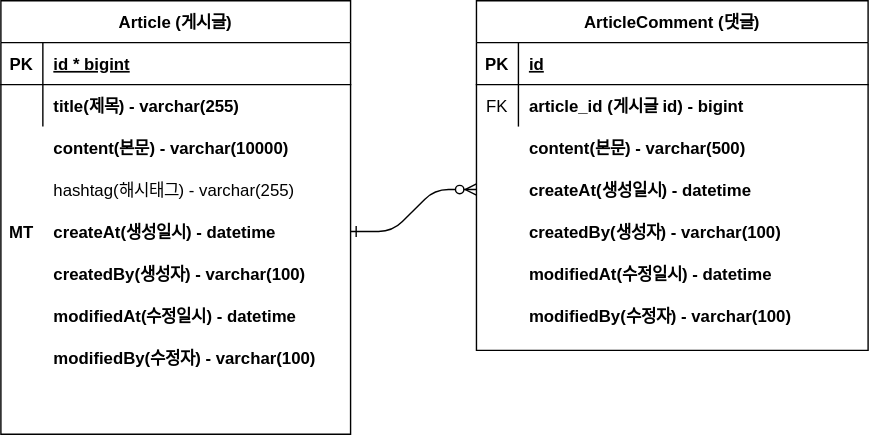
Before: document/project-diamode.svg, a diagram exported from draw.io (decemberiscoming/onboard). Source tidied: cells renumbered, new cells last; positions are measured from the earlier drawing's top-left corner, leaving out a move shared by most shapes.
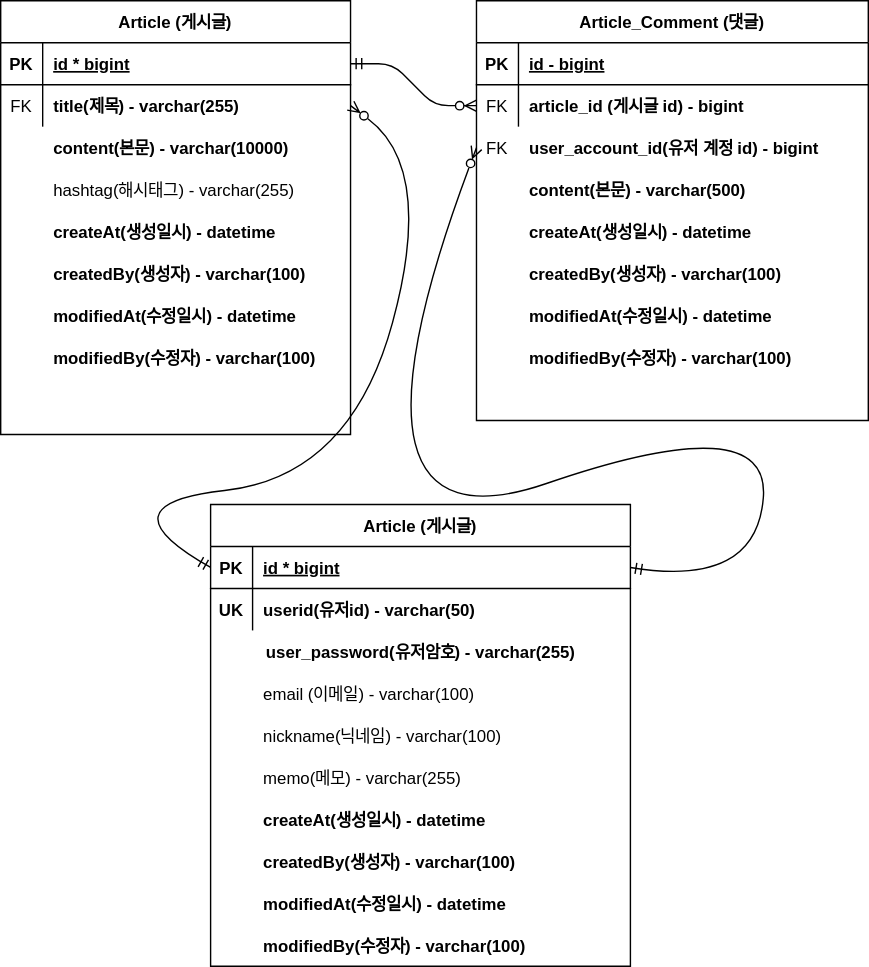
The same file after the commit.

The edit, as a diff of the source:
```diff
@@ -2,7 +2,7 @@
   <root>
     <mxCell id="0" />
     <mxCell id="1" parent="0" />
-    <mxCell id="2" style="edgeStyle=entityRelationEdgeStyle;endArrow=ERzeroToMany;startArrow=ERone;endFill=1;startFill=0;exitX=1;exitY=0.5;exitDx=0;exitDy=0;entryX=0;entryY=0.5;entryDx=0;entryDy=0;" parent="1" edge="1" source="16" target="39">
+    <mxCell id="2" style="edgeStyle=entityRelationEdgeStyle;endArrow=ERzeroToMany;startArrow=ERmandOne;endFill=1;startFill=0;exitX=1;exitY=0.5;exitDx=0;exitDy=0;entryX=0;entryY=0.5;entryDx=0;entryDy=0;" parent="1" edge="1" source="4" target="33">
       <mxGeometry relative="1" as="geometry">
         <Array as="points">
           <mxPoint x="280" y="140" />
@@ -84,11 +84,8 @@
     <mxCell id="27" value="modifiedBy(수정자) - varchar(100)" style="shape=partialRectangle;overflow=hidden;fillColor=none;top=0;left=0;bottom=0;right=0;align=left;spacingLeft=6;fontStyle=1;" parent="25" vertex="1">
       <mxGeometry x="30" width="220" height="30" as="geometry" />
     </mxCell>
-    <mxCell id="28" value="MT" style="shape=partialRectangle;overflow=hidden;fillColor=none;top=0;left=0;bottom=0;right=0;fontStyle=1;" parent="1" vertex="1">
-      <mxGeometry y="150" width="30" height="30" as="geometry" />
-    </mxCell>
-    <mxCell id="29" value="ArticleComment (댓글)" style="shape=table;startSize=30;rowLines=0;fontStyle=1;align=center;" parent="1" vertex="1">
-      <mxGeometry x="340" width="280" height="250" as="geometry" />
+    <mxCell id="29" value="Article_Comment (댓글)" style="shape=table;startSize=30;rowLines=0;fontStyle=1;align=center;" parent="1" vertex="1">
+      <mxGeometry x="340" width="280" height="300" as="geometry" />
     </mxCell>
     <mxCell id="30" style="shape=partialRectangle;fillColor=none;top=0;left=0;right=0;bottom=1;" parent="29" vertex="1">
       <mxGeometry y="30" width="280" height="30" as="geometry" />
@@ -96,7 +93,7 @@
     <mxCell id="31" value="PK" style="shape=partialRectangle;overflow=hidden;fillColor=none;top=0;left=0;bottom=0;right=0;fontStyle=1;" parent="30" vertex="1">
       <mxGeometry width="30" height="30" as="geometry" />
     </mxCell>
-    <mxCell id="32" value="id" style="shape=partialRectangle;overflow=hidden;fillColor=none;top=0;left=0;bottom=0;right=0;align=left;spacingLeft=6;fontStyle=5;" parent="30" vertex="1">
+    <mxCell id="32" value="id - bigint" style="shape=partialRectangle;overflow=hidden;fillColor=none;top=0;left=0;bottom=0;right=0;align=left;spacingLeft=6;fontStyle=5;" parent="30" vertex="1">
       <mxGeometry x="30" width="250" height="30" as="geometry" />
     </mxCell>
     <mxCell id="33" style="shape=partialRectangle;fillColor=none;points=[[0,0.5],[1,0.5]];portConstraint=eastwest;top=0;left=0;right=0;bottom=0;" parent="29" vertex="1">
@@ -109,7 +106,7 @@
       <mxGeometry x="30" width="250" height="30" as="geometry" />
     </mxCell>
     <mxCell id="36" style="shape=partialRectangle;fillColor=none;top=0;left=0;right=0;bottom=0;" parent="1" vertex="1">
-      <mxGeometry x="340" y="90" width="250" height="30" as="geometry" />
+      <mxGeometry x="340" y="120" width="250" height="30" as="geometry" />
     </mxCell>
     <mxCell id="37" style="shape=partialRectangle;overflow=hidden;fillColor=none;top=0;left=0;bottom=0;right=0;" parent="36" vertex="1">
       <mxGeometry width="30" height="30" as="geometry" />
@@ -118,7 +115,7 @@
       <mxGeometry x="30" width="220" height="30" as="geometry" />
     </mxCell>
     <mxCell id="39" style="shape=partialRectangle;fillColor=none;points=[[0,0.5],[1,0.5]];portConstraint=eastwest;top=0;left=0;right=0;bottom=0;fontStyle=1;" parent="1" vertex="1">
-      <mxGeometry x="340" y="120" width="250" height="30" as="geometry" />
+      <mxGeometry x="340" y="150" width="250" height="30" as="geometry" />
     </mxCell>
     <mxCell id="40" style="shape=partialRectangle;overflow=hidden;fillColor=none;top=0;left=0;bottom=0;right=0;" parent="39" vertex="1">
       <mxGeometry width="30" height="30" as="geometry" />
@@ -127,7 +124,7 @@
       <mxGeometry x="30" width="220" height="30" as="geometry" />
     </mxCell>
     <mxCell id="42" style="shape=partialRectangle;fillColor=none;top=0;left=0;right=0;bottom=0;fontStyle=1;" parent="1" vertex="1">
-      <mxGeometry x="340" y="150" width="250" height="30" as="geometry" />
+      <mxGeometry x="340" y="180" width="250" height="30" as="geometry" />
     </mxCell>
     <mxCell id="43" style="shape=partialRectangle;overflow=hidden;fillColor=none;top=0;left=0;bottom=0;right=0;" parent="42" vertex="1">
       <mxGeometry width="30" height="30" as="geometry" />
@@ -136,7 +133,7 @@
       <mxGeometry x="30" width="220" height="30" as="geometry" />
     </mxCell>
     <mxCell id="45" style="shape=partialRectangle;fillColor=none;top=0;left=0;right=0;bottom=0;fontStyle=1;" parent="1" vertex="1">
-      <mxGeometry x="340" y="180" width="250" height="30" as="geometry" />
+      <mxGeometry x="340" y="210" width="250" height="30" as="geometry" />
     </mxCell>
     <mxCell id="46" style="shape=partialRectangle;overflow=hidden;fillColor=none;top=0;left=0;bottom=0;right=0;" parent="45" vertex="1">
       <mxGeometry width="30" height="30" as="geometry" />
@@ -145,7 +142,7 @@
       <mxGeometry x="30" width="220" height="30" as="geometry" />
     </mxCell>
     <mxCell id="48" style="shape=partialRectangle;fillColor=none;top=0;left=0;right=0;bottom=0;fontStyle=1;" parent="1" vertex="1">
-      <mxGeometry x="340" y="210" width="250" height="30" as="geometry" />
+      <mxGeometry x="340" y="240" width="250" height="30" as="geometry" />
     </mxCell>
     <mxCell id="49" style="shape=partialRectangle;overflow=hidden;fillColor=none;top=0;left=0;bottom=0;right=0;" parent="48" vertex="1">
       <mxGeometry width="30" height="30" as="geometry" />
@@ -153,5 +150,131 @@
     <mxCell id="50" value="modifiedBy(수정자) - varchar(100)" style="shape=partialRectangle;overflow=hidden;fillColor=none;top=0;left=0;bottom=0;right=0;align=left;spacingLeft=6;fontStyle=1;" parent="48" vertex="1">
       <mxGeometry x="30" width="220" height="30" as="geometry" />
     </mxCell>
+    <mxCell id="51" value="Article (게시글)" style="shape=table;startSize=30;rowLines=0;fontStyle=1;align=center;" parent="1" vertex="1">
+      <mxGeometry x="150" y="360" width="300" height="330" as="geometry" />
+    </mxCell>
+    <mxCell id="52" style="shape=partialRectangle;fillColor=none;points=[[0,0.5],[1,0.5]];portConstraint=eastwest;top=0;left=0;right=0;bottom=1;" parent="51" vertex="1">
+      <mxGeometry y="30" width="300" height="30" as="geometry" />
+    </mxCell>
+    <mxCell id="53" value="PK" style="shape=partialRectangle;overflow=hidden;fillColor=none;top=0;left=0;bottom=0;right=0;fontStyle=1;" parent="52" vertex="1">
+      <mxGeometry width="30" height="30" as="geometry" />
+    </mxCell>
+    <mxCell id="54" value="id * bigint" style="shape=partialRectangle;overflow=hidden;fillColor=none;top=0;left=0;bottom=0;right=0;align=left;spacingLeft=6;fontStyle=5;" parent="52" vertex="1">
+      <mxGeometry x="30" width="270" height="30" as="geometry" />
+    </mxCell>
+    <mxCell id="55" style="shape=partialRectangle;fillColor=none;top=0;left=0;right=0;bottom=0;" parent="51" vertex="1">
+      <mxGeometry y="60" width="300" height="30" as="geometry" />
+    </mxCell>
+    <mxCell id="56" style="shape=partialRectangle;overflow=hidden;fillColor=none;top=0;left=0;bottom=0;right=0;" parent="55" vertex="1">
+      <mxGeometry width="30" height="30" as="geometry" />
+    </mxCell>
+    <mxCell id="57" value="userid(유저id) - varchar(50)" style="shape=partialRectangle;overflow=hidden;fillColor=none;top=0;left=0;bottom=0;right=0;align=left;spacingLeft=6;fontStyle=1;" parent="55" vertex="1">
+      <mxGeometry x="30" width="270" height="30" as="geometry" />
+    </mxCell>
+    <mxCell id="58" style="shape=partialRectangle;fillColor=none;top=0;left=0;right=0;bottom=0;fontStyle=1;" parent="1" vertex="1">
+      <mxGeometry x="150" y="450" width="280" height="30" as="geometry" />
+    </mxCell>
+    <mxCell id="59" style="shape=partialRectangle;overflow=hidden;fillColor=none;top=0;left=0;bottom=0;right=0;" parent="58" vertex="1">
+      <mxGeometry width="33.6" height="30" as="geometry" />
+    </mxCell>
+    <mxCell id="60" value="user_password(유저암호) - varchar(255)" style="shape=partialRectangle;overflow=hidden;fillColor=none;top=0;left=0;bottom=0;right=0;align=left;spacingLeft=6;fontStyle=1;" parent="58" vertex="1">
+      <mxGeometry x="32" width="246.4" height="30" as="geometry" />
+    </mxCell>
+    <mxCell id="61" style="shape=partialRectangle;fillColor=none;top=0;left=0;right=0;bottom=0;" parent="1" vertex="1">
+      <mxGeometry x="150" y="480" width="250" height="30" as="geometry" />
+    </mxCell>
+    <mxCell id="62" style="shape=partialRectangle;overflow=hidden;fillColor=none;top=0;left=0;bottom=0;right=0;" parent="61" vertex="1">
+      <mxGeometry width="30" height="30" as="geometry" />
+    </mxCell>
+    <mxCell id="63" value="email (이메일) - varchar(100)" style="shape=partialRectangle;overflow=hidden;fillColor=none;top=0;left=0;bottom=0;right=0;align=left;spacingLeft=6;" parent="61" vertex="1">
+      <mxGeometry x="30" width="220" height="30" as="geometry" />
+    </mxCell>
+    <mxCell id="64" style="shape=partialRectangle;fillColor=none;top=0;left=0;right=0;bottom=0;fontStyle=1;" parent="1" vertex="1">
+      <mxGeometry x="150" y="570" width="250" height="30" as="geometry" />
+    </mxCell>
+    <mxCell id="65" style="shape=partialRectangle;overflow=hidden;fillColor=none;top=0;left=0;bottom=0;right=0;" parent="64" vertex="1">
+      <mxGeometry width="30" height="30" as="geometry" />
+    </mxCell>
+    <mxCell id="66" value="createAt(생성일시) - datetime" style="shape=partialRectangle;overflow=hidden;fillColor=none;top=0;left=0;bottom=0;right=0;align=left;spacingLeft=6;fontStyle=1;" parent="64" vertex="1">
+      <mxGeometry x="30" width="220" height="30" as="geometry" />
+    </mxCell>
+    <mxCell id="67" style="shape=partialRectangle;fillColor=none;top=0;left=0;right=0;bottom=0;fontStyle=1;" parent="1" vertex="1">
+      <mxGeometry x="150" y="600" width="250" height="30" as="geometry" />
+    </mxCell>
+    <mxCell id="68" style="shape=partialRectangle;overflow=hidden;fillColor=none;top=0;left=0;bottom=0;right=0;" parent="67" vertex="1">
+      <mxGeometry width="30" height="30" as="geometry" />
+    </mxCell>
+    <mxCell id="69" value="createdBy(생성자) - varchar(100)" style="shape=partialRectangle;overflow=hidden;fillColor=none;top=0;left=0;bottom=0;right=0;align=left;spacingLeft=6;fontStyle=1;" parent="67" vertex="1">
+      <mxGeometry x="30" width="220" height="30" as="geometry" />
+    </mxCell>
+    <mxCell id="70" style="shape=partialRectangle;fillColor=none;top=0;left=0;right=0;bottom=0;fontStyle=1;" parent="1" vertex="1">
+      <mxGeometry x="150" y="630" width="250" height="30" as="geometry" />
+    </mxCell>
+    <mxCell id="71" style="shape=partialRectangle;overflow=hidden;fillColor=none;top=0;left=0;bottom=0;right=0;" parent="70" vertex="1">
+      <mxGeometry width="30" height="30" as="geometry" />
+    </mxCell>
+    <mxCell id="72" value="modifiedAt(수정일시) - datetime" style="shape=partialRectangle;overflow=hidden;fillColor=none;top=0;left=0;bottom=0;right=0;align=left;spacingLeft=6;fontStyle=1;" parent="70" vertex="1">
+      <mxGeometry x="30" width="220" height="30" as="geometry" />
+    </mxCell>
+    <mxCell id="73" style="shape=partialRectangle;fillColor=none;top=0;left=0;right=0;bottom=0;fontStyle=1;" parent="1" vertex="1">
+      <mxGeometry x="150" y="660" width="250" height="30" as="geometry" />
+    </mxCell>
+    <mxCell id="74" style="shape=partialRectangle;overflow=hidden;fillColor=none;top=0;left=0;bottom=0;right=0;" parent="73" vertex="1">
+      <mxGeometry width="30" height="30" as="geometry" />
+    </mxCell>
+    <mxCell id="75" value="modifiedBy(수정자) - varchar(100)" style="shape=partialRectangle;overflow=hidden;fillColor=none;top=0;left=0;bottom=0;right=0;align=left;spacingLeft=6;fontStyle=1;" parent="73" vertex="1">
+      <mxGeometry x="30" width="220" height="30" as="geometry" />
+    </mxCell>
+    <mxCell id="76" value="UK" style="shape=partialRectangle;overflow=hidden;fillColor=none;top=0;left=0;bottom=0;right=0;fontStyle=1;" parent="1" vertex="1">
+      <mxGeometry x="150" y="420" width="30" height="30" as="geometry" />
+    </mxCell>
+    <mxCell id="77" style="shape=partialRectangle;fillColor=none;points=[[0,0.5],[1,0.5]];portConstraint=eastwest;top=0;left=0;right=0;bottom=0;" parent="1" vertex="1">
+      <mxGeometry x="340" y="90" width="280" height="30" as="geometry" />
+    </mxCell>
+    <mxCell id="78" value="FK" style="shape=partialRectangle;overflow=hidden;fillColor=none;top=0;left=0;bottom=0;right=0;" parent="77" vertex="1">
+      <mxGeometry width="30" height="30" as="geometry" />
+    </mxCell>
+    <mxCell id="79" value="user_account_id(유저 계정 id) - bigint" style="shape=partialRectangle;overflow=hidden;fillColor=none;top=0;left=0;bottom=0;right=0;align=left;spacingLeft=6;fontStyle=1;" parent="77" vertex="1">
+      <mxGeometry x="30" width="250" height="30" as="geometry" />
+    </mxCell>
+    <mxCell id="80" style="shape=partialRectangle;fillColor=none;top=0;left=0;right=0;bottom=0;" parent="1" vertex="1">
+      <mxGeometry x="150" y="510" width="250" height="30" as="geometry" />
+    </mxCell>
+    <mxCell id="81" style="shape=partialRectangle;overflow=hidden;fillColor=none;top=0;left=0;bottom=0;right=0;" parent="80" vertex="1">
+      <mxGeometry width="30" height="30" as="geometry" />
+    </mxCell>
+    <mxCell id="82" value="nickname(닉네임) - varchar(100)" style="shape=partialRectangle;overflow=hidden;fillColor=none;top=0;left=0;bottom=0;right=0;align=left;spacingLeft=6;" parent="80" vertex="1">
+      <mxGeometry x="30" width="220" height="30" as="geometry" />
+    </mxCell>
+    <mxCell id="83" style="shape=partialRectangle;fillColor=none;top=0;left=0;right=0;bottom=0;" parent="1" vertex="1">
+      <mxGeometry x="150" y="540" width="250" height="30" as="geometry" />
+    </mxCell>
+    <mxCell id="84" style="shape=partialRectangle;overflow=hidden;fillColor=none;top=0;left=0;bottom=0;right=0;" parent="83" vertex="1">
+      <mxGeometry width="30" height="30" as="geometry" />
+    </mxCell>
+    <mxCell id="85" value="memo(메모) - varchar(255)" style="shape=partialRectangle;overflow=hidden;fillColor=none;top=0;left=0;bottom=0;right=0;align=left;spacingLeft=6;" parent="83" vertex="1">
+      <mxGeometry x="30" width="220" height="30" as="geometry" />
+    </mxCell>
+    <mxCell id="86" value="FK" style="shape=partialRectangle;overflow=hidden;fillColor=none;top=0;left=0;bottom=0;right=0;" parent="1" vertex="1">
+      <mxGeometry y="60" width="30" height="30" as="geometry" />
+    </mxCell>
+    <mxCell id="87" style="curved=1;endArrow=ERzeroToMany;html=1;rounded=0;entryX=1;entryY=0.5;entryDx=0;entryDy=0;exitX=0;exitY=0.5;exitDx=0;exitDy=0;startArrow=ERmandOne;startFill=0;endFill=0;" parent="1" edge="1" source="52" target="7">
+      <mxGeometry relative="1" as="geometry">
+        <Array as="points">
+          <mxPoint x="70" y="360" />
+          <mxPoint x="250" y="340" />
+          <mxPoint x="310" y="120" />
+        </Array>
+      </mxGeometry>
+    </mxCell>
+    <mxCell id="88" style="curved=1;endArrow=ERzeroToMany;html=1;rounded=0;entryX=0;entryY=0.5;entryDx=0;entryDy=0;exitX=1;exitY=0.5;exitDx=0;exitDy=0;startArrow=ERmandOne;startFill=0;endFill=0;" parent="1" edge="1" source="52" target="77">
+      <mxGeometry relative="1" as="geometry">
+        <Array as="points">
+          <mxPoint x="540" y="420" />
+          <mxPoint x="550" y="290" />
+          <mxPoint x="230" y="400" />
+        </Array>
+      </mxGeometry>
+    </mxCell>
   </root>
 </mxGraphModel>
```
